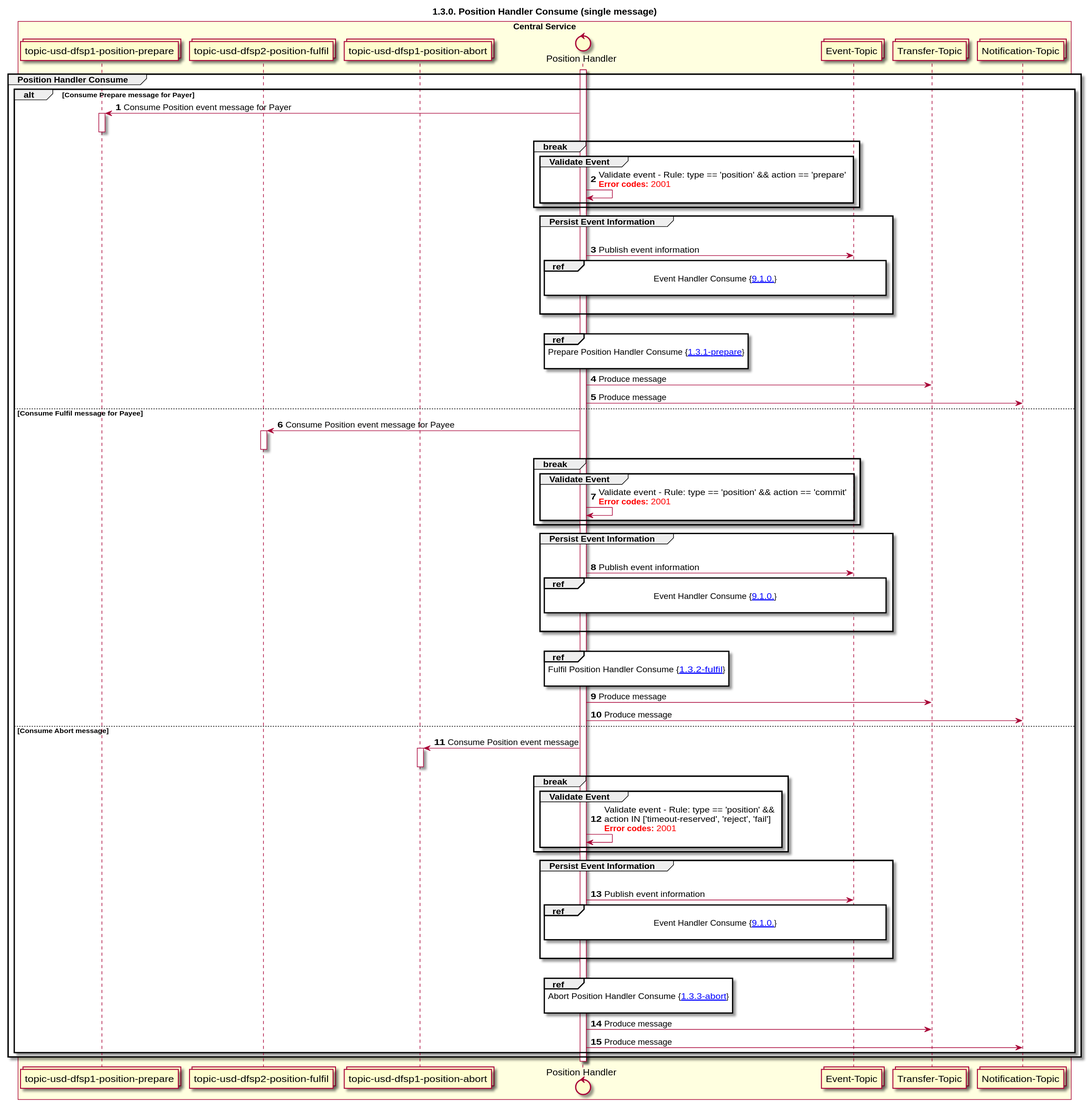
ggrg/docs keeps this PlantUML diagram as Diagrams/SequenceDiagrams/seq-position-1.3.0.svg. Above is the earlier version. Source of this version:
```plantuml
@startuml
title 1.3.0. Position Handler Consume (single message)

autonumber


collections "topic-usd-dfsp1-position-prepare" as TOPIC_POSITION_PREPARE_DFSP1
collections "topic-usd-dfsp2-position-fulfil" as TOPIC_POSITION_FULFIL_DFSP2
collections "topic-usd-dfsp1-position-abort" as TOPIC_POSITION_ABORT_DFSP1
control "Position Handler" as POS_HANDLER
collections "Transfer-Topic" as TOPIC_TRANSFERS
collections "Event-Topic" as TOPIC_EVENTS
collections "Notification-Topic" as TOPIC_NOTIFICATIONS

box "Central Service" #LightYellow
    participant TOPIC_POSITION_PREPARE_DFSP1
    participant TOPIC_POSITION_FULFIL_DFSP2
    participant TOPIC_POSITION_ABORT_DFSP1
    participant POS_HANDLER
    participant TOPIC_EVENTS
    participant TOPIC_TRANSFERS
    participant TOPIC_NOTIFICATIONS
end box

activate POS_HANDLER
group Position Handler Consume
    alt Consume Prepare message for Payer
        TOPIC_POSITION_PREPARE_DFSP1 <- POS_HANDLER: Consume Position event message for Payer
        activate TOPIC_POSITION_PREPARE_DFSP1
        deactivate TOPIC_POSITION_PREPARE_DFSP1
        break
            group Validate Event
                POS_HANDLER <-> POS_HANDLER: Validate event - Rule: type == 'position' && action == 'prepare'\n<color #FF0000><b>Error codes:</b> 2001</color>
            end
        end
        group Persist Event Information
            |||
            POS_HANDLER -> TOPIC_EVENTS: Publish event information
            ref over POS_HANDLER, TOPIC_EVENTS :  Event Handler Consume {[[https://github.com/mojaloop/docs/blob/develop/CentralServices/seq_diagrams/seq-event-9.1.0.svg 9.1.0.]]} \n
            |||
        end
        |||
        ref over POS_HANDLER: Prepare Position Handler Consume {[[https://github.com/mojaloop/docs/blob/develop/CentralServices/seq_diagrams/seq-position-1.3.1-prepare.svg 1.3.1-prepare]]} \n
        POS_HANDLER -> TOPIC_TRANSFERS: Produce message
        POS_HANDLER -> TOPIC_NOTIFICATIONS: Produce message
    else Consume Fulfil message for Payee
        TOPIC_POSITION_FULFIL_DFSP2 <- POS_HANDLER: Consume Position event message for Payee
        activate TOPIC_POSITION_FULFIL_DFSP2
        deactivate TOPIC_POSITION_FULFIL_DFSP2
        break
            group Validate Event
                POS_HANDLER <-> POS_HANDLER: Validate event - Rule: type == 'position' && action == 'commit'\n<color #FF0000><b>Error codes:</b> 2001</color>
            end
        end
        group Persist Event Information
            |||
            POS_HANDLER -> TOPIC_EVENTS: Publish event information
            ref over POS_HANDLER, TOPIC_EVENTS :  Event Handler Consume {[[https://github.com/mojaloop/docs/blob/develop/CentralServices/seq_diagrams/seq-event-9.1.0.svg 9.1.0.]]} \n
            |||
        end
        |||
        ref over POS_HANDLER: Fulfil Position Handler Consume {[[https://github.com/mojaloop/docs/blob/develop/CentralServices/seq_diagrams/seq-position-1.3.2-fulfil.svg 1.3.2-fulfil]]} \n
        POS_HANDLER -> TOPIC_TRANSFERS: Produce message
        POS_HANDLER -> TOPIC_NOTIFICATIONS: Produce message
    else Consume Abort message
        TOPIC_POSITION_ABORT_DFSP1 <- POS_HANDLER: Consume Position event message
        activate TOPIC_POSITION_ABORT_DFSP1
        deactivate TOPIC_POSITION_ABORT_DFSP1
        break
            group Validate Event
                POS_HANDLER <-> POS_HANDLER: Validate event - Rule: type == 'position' &&\naction IN ['timeout-reserved', 'reject', 'fail']\n<color #FF0000><b>Error codes:</b> 2001</color>
            end
        end
        group Persist Event Information
            |||
            POS_HANDLER -> TOPIC_EVENTS: Publish event information
            ref over POS_HANDLER, TOPIC_EVENTS :  Event Handler Consume {[[https://github.com/mojaloop/docs/blob/develop/CentralServices/seq_diagrams/seq-event-9.1.0.svg 9.1.0.]]} \n
            |||
        end
        |||
        ref over POS_HANDLER: Abort Position Handler Consume {[[https://github.com/mojaloop/docs/blob/develop/CentralServices/seq_diagrams/seq-position-1.3.3-abort.svg 1.3.3-abort]]} \n
        POS_HANDLER -> TOPIC_TRANSFERS: Produce message
        POS_HANDLER -> TOPIC_NOTIFICATIONS: Produce message
    end

end
deactivate POS_HANDLER
@enduml
```
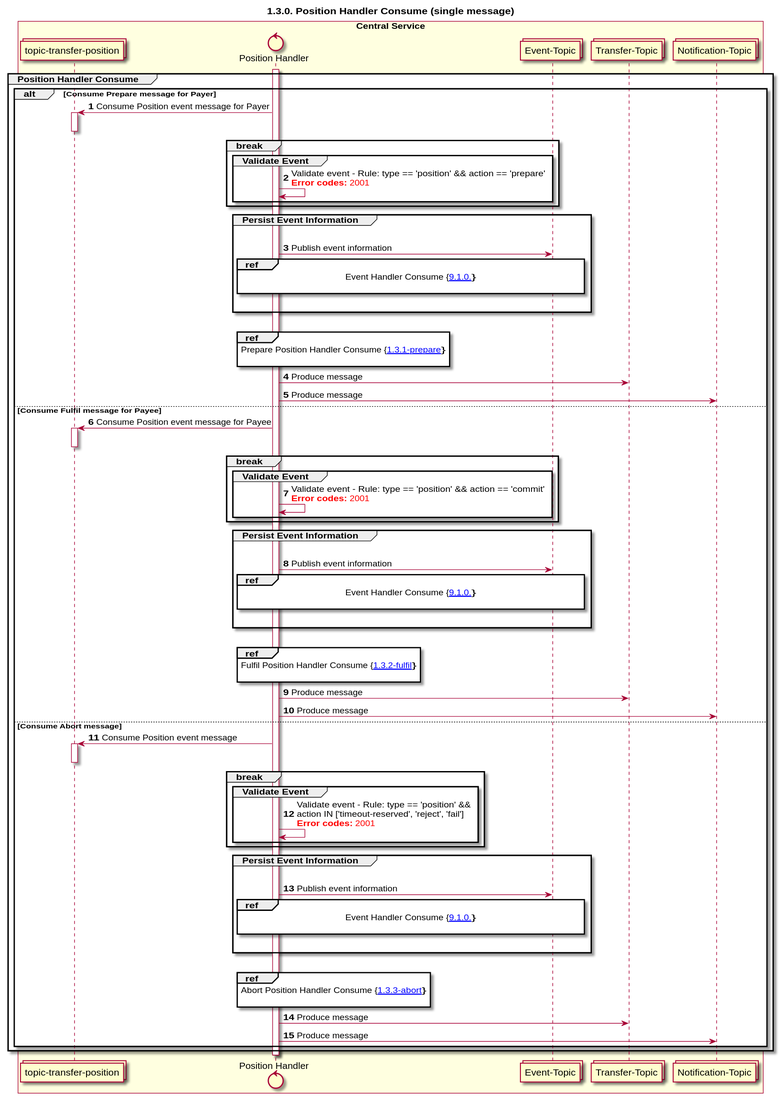
After the commit.

Change to the diagram source:
```diff
@@ -4,18 +4,14 @@
 autonumber
 
 
-collections "topic-usd-dfsp1-position-prepare" as TOPIC_POSITION_PREPARE_DFSP1
-collections "topic-usd-dfsp2-position-fulfil" as TOPIC_POSITION_FULFIL_DFSP2
-collections "topic-usd-dfsp1-position-abort" as TOPIC_POSITION_ABORT_DFSP1
+collections "topic-transfer-position" as TOPIC_TRANSFER_POSITION
 control "Position Handler" as POS_HANDLER
 collections "Transfer-Topic" as TOPIC_TRANSFERS
 collections "Event-Topic" as TOPIC_EVENTS
 collections "Notification-Topic" as TOPIC_NOTIFICATIONS
 
 box "Central Service" #LightYellow
-    participant TOPIC_POSITION_PREPARE_DFSP1
-    participant TOPIC_POSITION_FULFIL_DFSP2
-    participant TOPIC_POSITION_ABORT_DFSP1
+    participant TOPIC_TRANSFER_POSITION
     participant POS_HANDLER
     participant TOPIC_EVENTS
     participant TOPIC_TRANSFERS
@@ -25,9 +21,9 @@
 activate POS_HANDLER
 group Position Handler Consume
     alt Consume Prepare message for Payer
-        TOPIC_POSITION_PREPARE_DFSP1 <- POS_HANDLER: Consume Position event message for Payer
-        activate TOPIC_POSITION_PREPARE_DFSP1
-        deactivate TOPIC_POSITION_PREPARE_DFSP1
+        TOPIC_TRANSFER_POSITION <- POS_HANDLER: Consume Position event message for Payer
+        activate TOPIC_TRANSFER_POSITION
+        deactivate TOPIC_TRANSFER_POSITION
         break
             group Validate Event
                 POS_HANDLER <-> POS_HANDLER: Validate event - Rule: type == 'position' && action == 'prepare'\n<color #FF0000><b>Error codes:</b> 2001</color>
@@ -44,9 +40,9 @@
         POS_HANDLER -> TOPIC_TRANSFERS: Produce message
         POS_HANDLER -> TOPIC_NOTIFICATIONS: Produce message
     else Consume Fulfil message for Payee
-        TOPIC_POSITION_FULFIL_DFSP2 <- POS_HANDLER: Consume Position event message for Payee
-        activate TOPIC_POSITION_FULFIL_DFSP2
-        deactivate TOPIC_POSITION_FULFIL_DFSP2
+        TOPIC_TRANSFER_POSITION <- POS_HANDLER: Consume Position event message for Payee
+        activate TOPIC_TRANSFER_POSITION
+        deactivate TOPIC_TRANSFER_POSITION
         break
             group Validate Event
                 POS_HANDLER <-> POS_HANDLER: Validate event - Rule: type == 'position' && action == 'commit'\n<color #FF0000><b>Error codes:</b> 2001</color>
@@ -63,9 +59,9 @@
         POS_HANDLER -> TOPIC_TRANSFERS: Produce message
         POS_HANDLER -> TOPIC_NOTIFICATIONS: Produce message
     else Consume Abort message
-        TOPIC_POSITION_ABORT_DFSP1 <- POS_HANDLER: Consume Position event message
-        activate TOPIC_POSITION_ABORT_DFSP1
-        deactivate TOPIC_POSITION_ABORT_DFSP1
+        TOPIC_TRANSFER_POSITION <- POS_HANDLER: Consume Position event message
+        activate TOPIC_TRANSFER_POSITION
+        deactivate TOPIC_TRANSFER_POSITION
         break
             group Validate Event
                 POS_HANDLER <-> POS_HANDLER: Validate event - Rule: type == 'position' &&\naction IN ['timeout-reserved', 'reject', 'fail']\n<color #FF0000><b>Error codes:</b> 2001</color>
```
